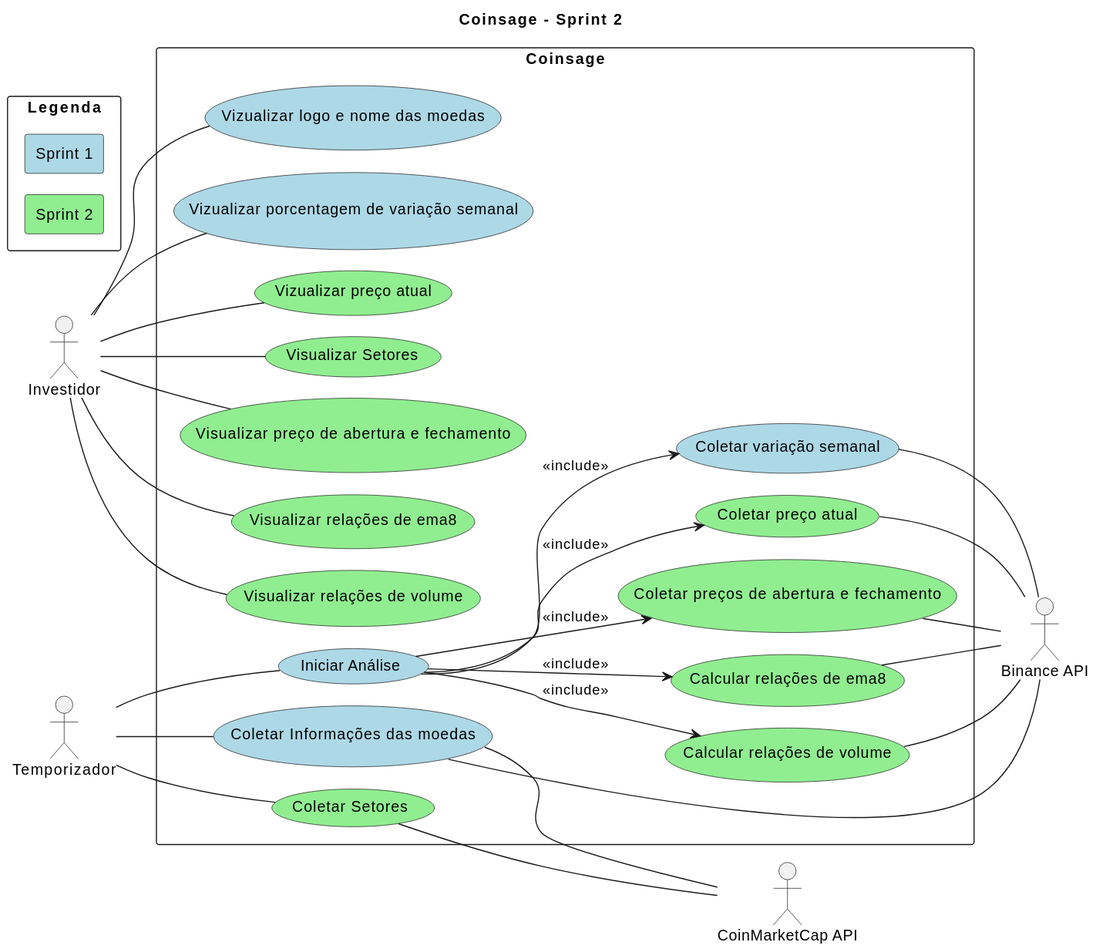
Above: Artefatos/diagramas/casos_de_uso/versions/svgs/current.svg in ICEI-PUC-Minas-PPLES-TI/plf-es-2024-1-ti3-8981100-coinsage (PlantUML), before the change.
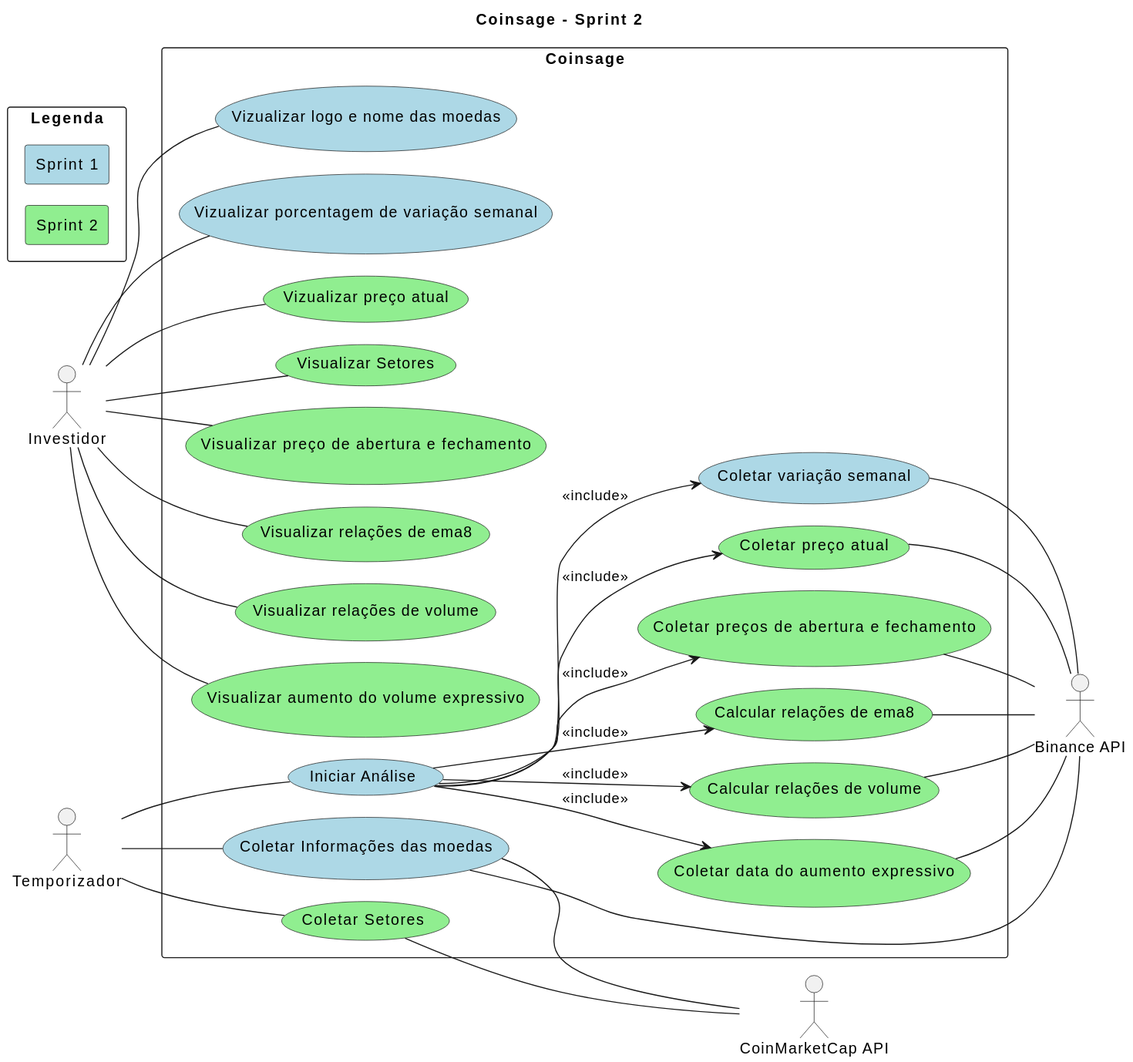
After the commit.

What changed in the source:
```diff
@@ -28,6 +28,7 @@
     usecase "Coletar preços de abertura e fechamento" as collect_cripto_open_close #LightGreen
     usecase "Calcular relações de ema8" as collect_ema8_relations #LightGreen
     usecase "Calcular relações de volume" as collect_volume_relations #LightGreen
+    usecase "Coletar data do aumento expressivo" as collect_expressive_volume_date #LightGreen
 
     usecase "Vizualizar logo e nome das moedas" as view_cripto_info #LightBlue
     usecase "Vizualizar porcentagem de variação semanal" as view_cripto_week_incresse #LightBlue
@@ -37,6 +38,7 @@
     usecase "Visualizar preço de abertura e fechamento" as view_cripto_open_close #LightGreen
     usecase "Visualizar relações de ema8" as view_ema8_relations #LightGreen
     usecase "Visualizar relações de volume" as view_volume_relations #LightGreen
+    usecase "Visualizar aumento do volume expressivo" as view_expressive_volume_increase #LightGreen
 }
 
 schedule -- sch_analysis
@@ -51,6 +53,7 @@
 collect_cripto_open_close -- binance
 collect_ema8_relations -- binance
 collect_volume_relations -- binance
+collect_expressive_volume_date -- binance
 
 investor -- view_sectors
 investor -- view_cripto_info
@@ -59,10 +62,12 @@
 investor -- view_cripto_open_close
 investor -- view_ema8_relations
 investor -- view_volume_relations
+investor -- view_expressive_volume_increase
 
 sch_analysis --> collect_cripto_week_incresse  : <<include>>
 sch_analysis --> collect_cripto_current_price  : <<include>>
 sch_analysis --> collect_cripto_open_close  : <<include>>
 sch_analysis --> collect_ema8_relations  : <<include>>
 sch_analysis --> collect_volume_relations  : <<include>>
+sch_analysis --> collect_expressive_volume_date : <<include>>
 @enduml
```
